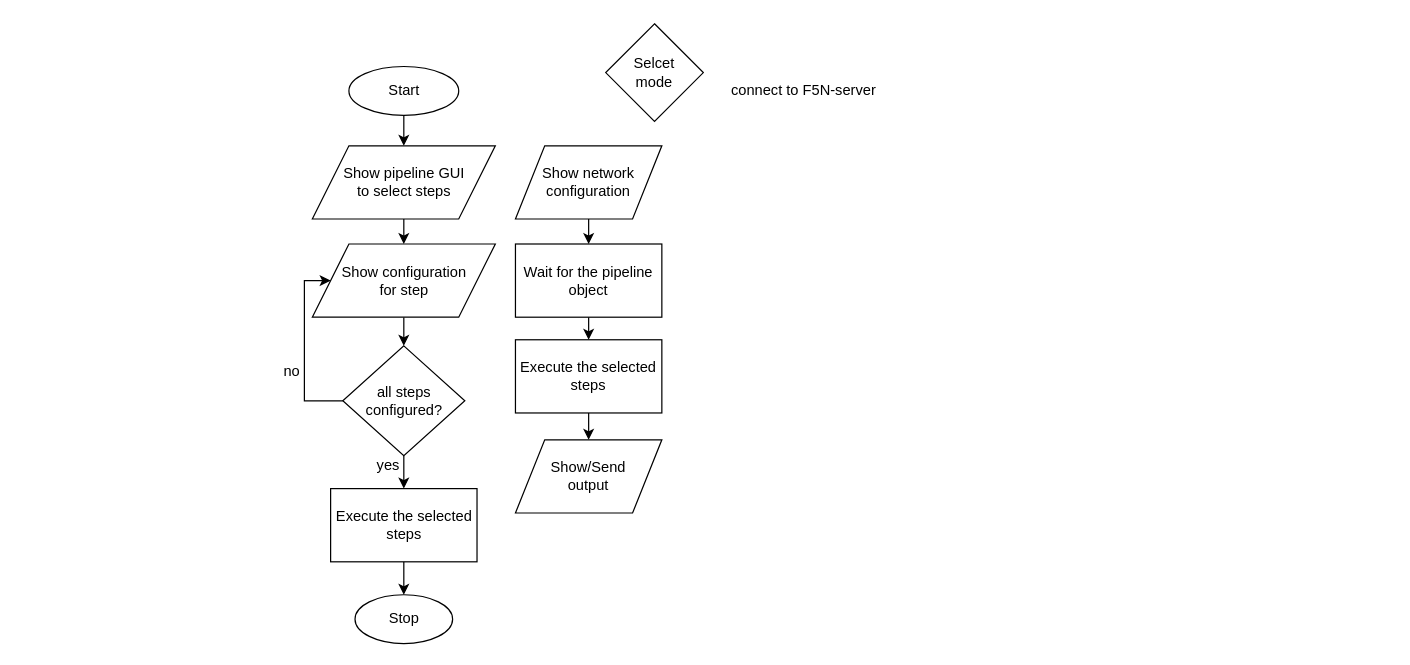
hiruna72/f5n keeps this draw.io diagram as page "only_standalone" (4 of 8) of server_mobile_connection.drawio. Above is the earlier version. Source tidied: cells renumbered, new cells numbered last; positions are measured from the earlier drawing's top-left corner, leaving out a move shared by most shapes. Both pictures are drawn from the tidied source at 122%, with x=0, y=0 at pixel (266, 23).
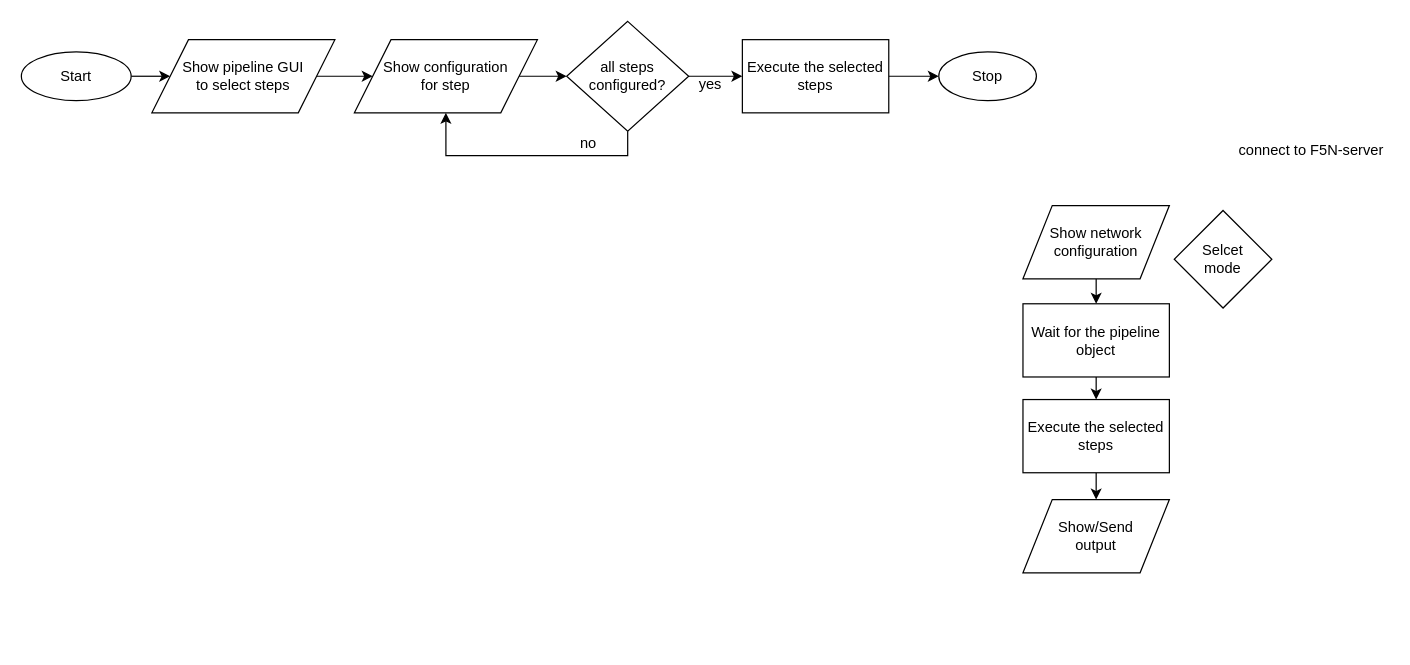
After the change.

The edit, as a diff of the source:
```diff
@@
-    <mxCell id="2" style="edgeStyle=orthogonalEdgeStyle;rounded=0;jettySize=auto;html=1;exitX=0.5;exitY=1;exitDx=0;exitDy=0;entryX=0.5;entryY=0;entryDx=0;entryDy=0;" parent="1" edge="1" source="3" target="6">
+    <mxCell id="2" style="edgeStyle=orthogonalEdgeStyle;rounded=0;jettySize=auto;html=1;exitX=1;exitY=0.5;exitDx=0;exitDy=0;entryX=0;entryY=0.5;entryDx=0;entryDy=0;" parent="1" edge="1" source="3" target="6">
       <mxGeometry relative="1" as="geometry" />
     </mxCell>
     <mxCell id="3" value="Start" style="ellipse;whiteSpace=wrap;html=1;" parent="1" vertex="1">
-      <mxGeometry x="67.5" y="35" width="90" height="40" as="geometry" />
+      <mxGeometry x="-201" y="23" width="90" height="40" as="geometry" />
     </mxCell>
     <mxCell id="4" value="&lt;div&gt;Selcet&lt;/div&gt;&lt;div&gt;mode&lt;/div&gt;" style="rhombus;whiteSpace=wrap;html=1;" parent="1" vertex="1">
-      <mxGeometry x="278" width="80" height="80" as="geometry" />
+      <mxGeometry x="744" y="153" width="80" height="80" as="geometry" />
     </mxCell>
-    <mxCell id="5" style="edgeStyle=orthogonalEdgeStyle;rounded=1;jettySize=auto;html=1;exitX=0.5;exitY=1;exitDx=0;exitDy=0;entryX=0.5;entryY=0;entryDx=0;entryDy=0;" parent="1" edge="1" source="6" target="8">
+    <mxCell id="5" style="edgeStyle=orthogonalEdgeStyle;rounded=0;jettySize=auto;html=1;exitX=1;exitY=0.5;exitDx=0;exitDy=0;entryX=0;entryY=0.5;entryDx=0;entryDy=0;" parent="1" edge="1" source="6" target="8">
       <mxGeometry relative="1" as="geometry" />
     </mxCell>
     <mxCell id="6" value="&lt;div&gt;Show pipeline GUI&lt;/div&gt;&lt;div&gt;to select steps&lt;/div&gt;" style="shape=parallelogram;perimeter=parallelogramPerimeter;whiteSpace=wrap;html=1;" parent="1" vertex="1">
-      <mxGeometry x="37.5" y="100" width="150" height="60" as="geometry" />
+      <mxGeometry x="-94" y="13" width="150" height="60" as="geometry" />
     </mxCell>
-    <mxCell id="7" style="edgeStyle=orthogonalEdgeStyle;rounded=0;jettySize=auto;html=1;exitX=0.5;exitY=1;exitDx=0;exitDy=0;entryX=0.5;entryY=0;entryDx=0;entryDy=0;" parent="1" edge="1" source="8" target="11">
+    <mxCell id="7" style="edgeStyle=orthogonalEdgeStyle;rounded=0;jettySize=auto;html=1;exitX=1;exitY=0.5;exitDx=0;exitDy=0;entryX=0;entryY=0.5;entryDx=0;entryDy=0;" parent="1" edge="1" source="8" target="11">
       <mxGeometry relative="1" as="geometry" />
     </mxCell>
     <mxCell id="8" value="&lt;div&gt;Show configuration&lt;/div&gt;&lt;div&gt;for step&lt;/div&gt;" style="shape=parallelogram;perimeter=parallelogramPerimeter;whiteSpace=wrap;html=1;" parent="1" vertex="1">
-      <mxGeometry x="37.5" y="180.5" width="150" height="60" as="geometry" />
+      <mxGeometry x="72" y="13" width="150" height="60" as="geometry" />
     </mxCell>
-    <mxCell id="9" style="edgeStyle=orthogonalEdgeStyle;rounded=1;jettySize=auto;html=1;exitX=0.5;exitY=1;exitDx=0;exitDy=0;entryX=0.5;entryY=0;entryDx=0;entryDy=0;" parent="1" edge="1" source="11" target="24">
+    <mxCell id="9" style="edgeStyle=orthogonalEdgeStyle;rounded=0;jettySize=auto;html=1;exitX=1;exitY=0.5;exitDx=0;exitDy=0;entryX=0;entryY=0.5;entryDx=0;entryDy=0;" parent="1" edge="1" source="11" target="24">
       <mxGeometry relative="1" as="geometry" />
     </mxCell>
-    <mxCell id="10" style="edgeStyle=orthogonalEdgeStyle;rounded=0;jettySize=auto;html=1;exitX=0;exitY=0.5;exitDx=0;exitDy=0;entryX=0;entryY=0.5;entryDx=0;entryDy=0;" parent="1" edge="1" source="11" target="8">
-      <mxGeometry relative="1" as="geometry">
-        <Array as="points">
-          <mxPoint x="31" y="309" />
-          <mxPoint x="31" y="211" />
-        </Array>
-      </mxGeometry>
+    <mxCell id="10" style="edgeStyle=orthogonalEdgeStyle;rounded=0;jettySize=auto;html=1;exitX=0.5;exitY=1;exitDx=0;exitDy=0;entryX=0.5;entryY=1;entryDx=0;entryDy=0;" parent="1" edge="1" source="11" target="8">
+      <mxGeometry relative="1" as="geometry" />
     </mxCell>
     <mxCell id="11" value="all steps configured?" style="rhombus;whiteSpace=wrap;html=1;" parent="1" vertex="1">
-      <mxGeometry x="62.5" y="264" width="100" height="90" as="geometry" />
+      <mxGeometry x="246" y="-2" width="100" height="90" as="geometry" />
     </mxCell>
@@
     <mxCell id="13" value="Show network configuration" style="shape=parallelogram;perimeter=parallelogramPerimeter;whiteSpace=wrap;html=1;" parent="1" vertex="1">
-      <mxGeometry x="204" y="100" width="120" height="60" as="geometry" />
+      <mxGeometry x="620" y="149" width="120" height="60" as="geometry" />
     </mxCell>
     <mxCell id="14" value="connect to F5N-server" style="text;html=1;strokeColor=none;fillColor=none;align=center;verticalAlign=middle;whiteSpace=wrap;rounded=0;" parent="1" vertex="1">
-      <mxGeometry x="377" y="45" width="127" height="20" as="geometry" />
+      <mxGeometry x="793" y="94" width="127" height="20" as="geometry" />
     </mxCell>
     <mxCell id="15" value="yes" style="text;html=1;strokeColor=none;fillColor=none;align=center;verticalAlign=middle;whiteSpace=wrap;rounded=0;" parent="1" vertex="1">
-      <mxGeometry x="80" y="352" width="40" height="20" as="geometry" />
+      <mxGeometry x="344" y="40" width="40" height="20" as="geometry" />
     </mxCell>
@@
     <mxCell id="17" value="Wait for the pipeline object" style="rounded=0;whiteSpace=wrap;html=1;" parent="1" vertex="1">
-      <mxGeometry x="204" y="180.5" width="120" height="60" as="geometry" />
+      <mxGeometry x="620" y="229.5" width="120" height="60" as="geometry" />
     </mxCell>
@@
     <mxCell id="19" value="Execute the selected steps" style="rounded=0;whiteSpace=wrap;html=1;" parent="1" vertex="1">
-      <mxGeometry x="204" y="259" width="120" height="60" as="geometry" />
+      <mxGeometry x="620" y="308" width="120" height="60" as="geometry" />
     </mxCell>
     <mxCell id="20" value="&lt;div&gt;Show/Send&lt;/div&gt;&lt;div&gt; output&lt;/div&gt;" style="shape=parallelogram;perimeter=parallelogramPerimeter;whiteSpace=wrap;html=1;" parent="1" vertex="1">
-      <mxGeometry x="204" y="341" width="120" height="60" as="geometry" />
+      <mxGeometry x="620" y="390" width="120" height="60" as="geometry" />
     </mxCell>
     <mxCell id="21" value="Stop" style="ellipse;whiteSpace=wrap;html=1;" parent="1" vertex="1">
-      <mxGeometry x="72.5" y="468" width="80" height="40" as="geometry" />
+      <mxGeometry x="551" y="23" width="80" height="40" as="geometry" />
     </mxCell>
     <mxCell id="22" value="no" style="text;html=1;strokeColor=none;fillColor=none;align=center;verticalAlign=middle;whiteSpace=wrap;rounded=0;" parent="1" vertex="1">
-      <mxGeometry x="0.5" y="275" width="40" height="20" as="geometry" />
+      <mxGeometry x="244" y="88" width="40" height="20" as="geometry" />
     </mxCell>
-    <mxCell id="23" style="edgeStyle=orthogonalEdgeStyle;rounded=0;jettySize=auto;html=1;exitX=0.5;exitY=1;exitDx=0;exitDy=0;entryX=0.5;entryY=0;entryDx=0;entryDy=0;" parent="1" edge="1" source="24" target="21">
+    <mxCell id="23" style="edgeStyle=orthogonalEdgeStyle;rounded=0;jettySize=auto;html=1;exitX=1;exitY=0.5;exitDx=0;exitDy=0;" parent="1" edge="1" source="24" target="21">
       <mxGeometry relative="1" as="geometry" />
     </mxCell>
     <mxCell id="24" value="Execute the selected steps" style="rounded=0;whiteSpace=wrap;html=1;" parent="1" vertex="1">
-      <mxGeometry x="52.5" y="381" width="120" height="60" as="geometry" />
+      <mxGeometry x="390" y="13" width="120" height="60" as="geometry" />
     </mxCell>
```
